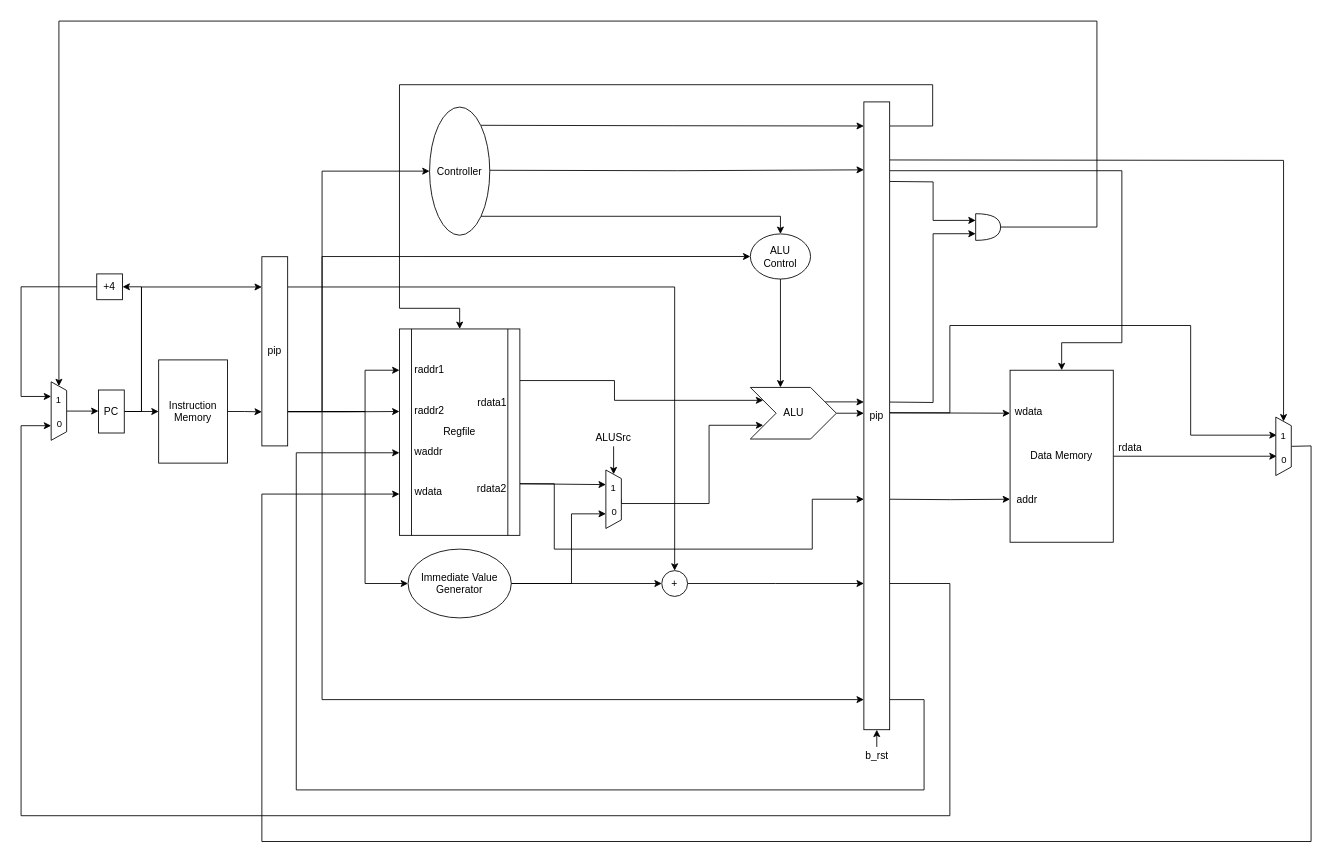
AR1Saleh/comp_arch_lab keeps this draw.io diagram as RISC-V/datapath/datapath.drawio. Above is the earlier version. Source tidied: cells renumbered, new cells numbered last; positions are measured from the earlier drawing's top-left corner, leaving out a move shared by most shapes. Both pictures are drawn from the tidied source at 86%, with x=0, y=0 at pixel (21, 21).
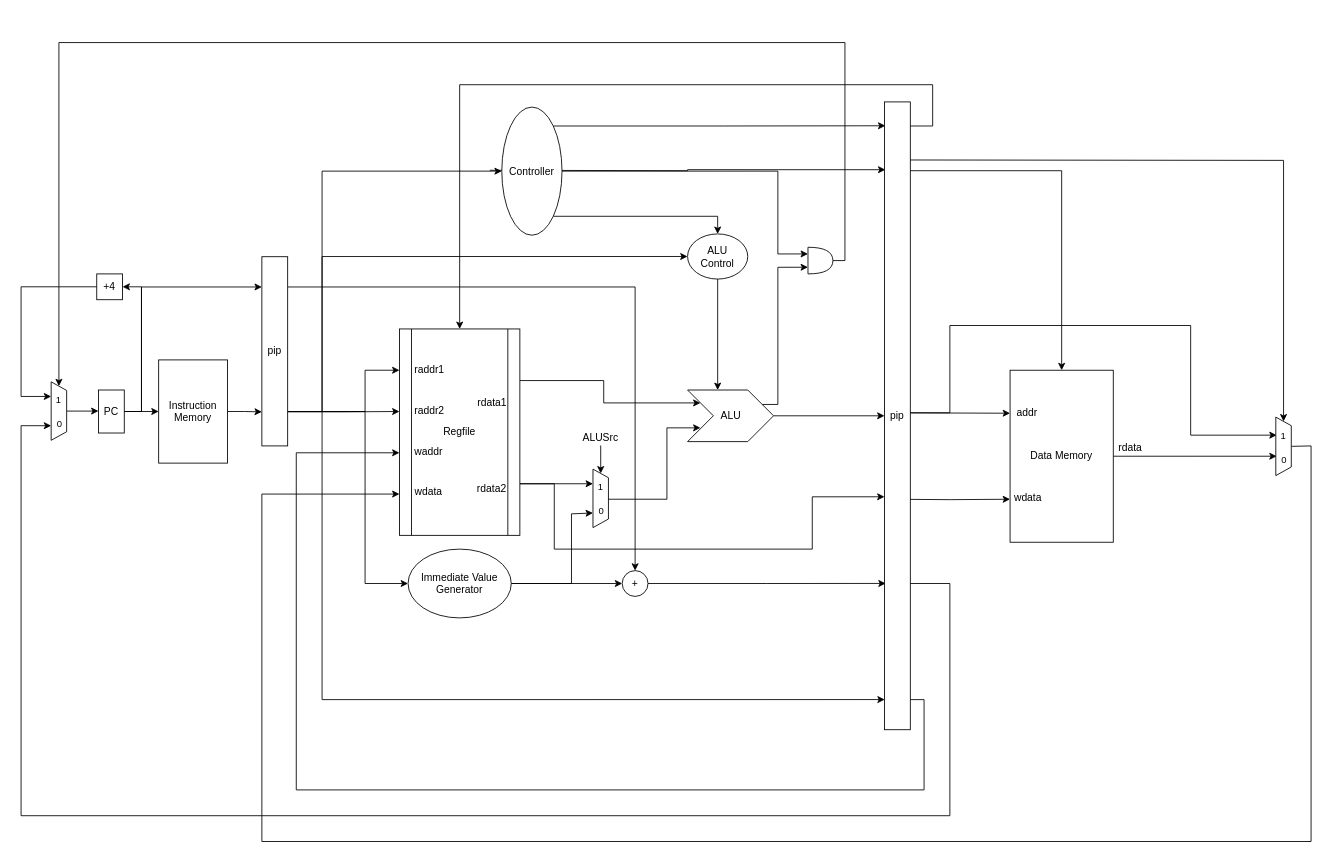
Above is the later version.

Unchanged cells that the change refers to:
```xml
<mxCell id="5" value="Regfile" style="shape=process;whiteSpace=wrap;html=1;backgroundOutline=1;points=[[0,0,0,0,0],[0,0.2,0,0,0],[0,0.4,0,0,0],[0,0.6,0,0,0],[0,0.8,0,0,0],[0,1,0,0,0],[0.25,0,0,0,0],[0.25,1,0,0,0],[0.5,0,0,0,0],[0.5,1,0,0,0],[0.75,0,0,0,0],[0.75,1,0,0,0],[1,0,0,0,0],[1,0.25,0,0,0],[1,0.5,0,0,0],[1,0.75,0,0,0],[1,1,0,0,0]];labelBackgroundColor=none;" parent="1" vertex="1">
  <mxGeometry x="440" y="358" width="140" height="240" as="geometry" />
</mxCell>
<mxCell id="35" value="Data Memory" style="rounded=0;whiteSpace=wrap;html=1;labelBackgroundColor=none;" parent="1" vertex="1">
  <mxGeometry x="1150" y="406" width="120" height="200" as="geometry" />
</mxCell>
<mxCell id="41" style="shape=trapezoid;perimeter=trapezoidPerimeter;whiteSpace=wrap;html=1;fixedSize=1;fontFamily=Helvetica;fontSize=11;labelBackgroundColor=none;size=10;rotation=90;" parent="1" vertex="1">
  <mxGeometry x="10" y="444.5" width="68" height="18" as="geometry" />
</mxCell>
<mxCell id="69" value="pip" style="rounded=0;whiteSpace=wrap;html=1;labelBackgroundColor=none;points=[[0,0,0,0,0],[0,0.16,0,0,0],[0,0.5,0,0,0],[0,0.82,0,0,0],[0,1,0,0,0],[0.25,0,0,0,0],[0.25,1,0,0,0],[0.5,0,0,0,0],[0.5,1,0,0,0],[0.75,0,0,0,0],[0.75,1,0,0,0],[1,0,0,0,0],[1,0.16,0,0,0],[1,0.5,0,0,0],[1,0.82,0,0,0],[1,1,0,0,0]];" parent="1" vertex="1">
  <mxGeometry x="280" y="274" width="30" height="220" as="geometry" />
</mxCell>
```

The edit, as a diff of the source:
```diff
@@
-    <mxCell id="2" style="edgeStyle=orthogonalEdgeStyle;rounded=0;jettySize=auto;html=1;exitX=1;exitY=0.25;exitDx=0;exitDy=0;exitPerimeter=0;entryX=0.15;entryY=0.25;entryDx=0;entryDy=0;labelBackgroundColor=none;fontColor=default;entryPerimeter=0;" parent="1" edge="1" source="5" target="50">
-      <mxGeometry relative="1" as="geometry">
-        <Array as="points">
-          <mxPoint x="690" y="418" />
-          <mxPoint x="690" y="441" />
-        </Array>
-      </mxGeometry>
+    <mxCell id="2" style="rounded=0;jettySize=auto;html=1;exitX=1;exitY=0.25;exitDx=0;exitDy=0;exitPerimeter=0;entryX=0.15;entryY=0.25;entryDx=0;entryDy=0;labelBackgroundColor=none;fontColor=default;entryPerimeter=0;edgeStyle=orthogonalEdgeStyle;" parent="1" edge="1" source="5" target="50">
+      <mxGeometry relative="1" as="geometry" />
     </mxCell>
-    <mxCell id="3" style="edgeStyle=orthogonalEdgeStyle;rounded=0;jettySize=auto;html=1;exitX=1;exitY=0.75;exitDx=0;exitDy=0;exitPerimeter=0;entryX=0.25;entryY=1;entryDx=0;entryDy=0;labelBackgroundColor=none;fontColor=default;" parent="1" edge="1" source="5" target="45">
-      <mxGeometry relative="1" as="geometry">
-        <Array as="points">
-          <mxPoint x="680" y="538" />
-        </Array>
-      </mxGeometry>
+    <mxCell id="3" style="rounded=0;jettySize=auto;html=1;exitX=1;exitY=0.75;exitDx=0;exitDy=0;exitPerimeter=0;entryX=0.25;entryY=1;entryDx=0;entryDy=0;labelBackgroundColor=none;fontColor=default;" parent="1" edge="1" source="5" target="45">
+      <mxGeometry relative="1" as="geometry" />
     </mxCell>
-    <mxCell id="4" style="edgeStyle=orthogonalEdgeStyle;rounded=0;jettySize=auto;html=1;exitX=1;exitY=0.75;exitDx=0;exitDy=0;exitPerimeter=0;entryX=0;entryY=0.5;entryDx=0;entryDy=0;labelBackgroundColor=none;fontColor=default;" parent="1" edge="1" source="5">
+    <mxCell id="4" style="edgeStyle=orthogonalEdgeStyle;rounded=0;jettySize=auto;html=1;exitX=1;exitY=0.75;exitDx=0;exitDy=0;exitPerimeter=0;entryX=0;entryY=0.629;entryDx=0;entryDy=0;labelBackgroundColor=none;fontColor=default;entryPerimeter=0;" parent="1" edge="1" source="5" target="70">
       <mxGeometry relative="1" as="geometry">
-        <mxPoint x="980" y="556" as="targetPoint" />
         <Array as="points">
           <mxPoint x="620" y="538" />
           <mxPoint x="620" y="614" />
           <mxPoint x="920" y="614" />
-          <mxPoint x="920" y="556" />
+          <mxPoint x="920" y="553" />
         </Array>
       </mxGeometry>
     </mxCell>
@@
-    <mxCell id="9" style="edgeStyle=orthogonalEdgeStyle;rounded=0;orthogonalLoop=1;jettySize=auto;html=1;exitX=1;exitY=0.5;exitDx=0;exitDy=0;entryX=0;entryY=0.5;entryDx=0;entryDy=0;fontStyle=1;labelBackgroundColor=none;fontColor=default;" parent="1" edge="1">
+    <mxCell id="9" style="edgeStyle=orthogonalEdgeStyle;rounded=0;jettySize=auto;html=1;exitX=1;exitY=0.5;exitDx=0;exitDy=0;fontStyle=1;labelBackgroundColor=none;fontColor=default;entryX=0.009;entryY=0.952;entryDx=0;entryDy=0;entryPerimeter=0;" parent="1" edge="1" target="70">
       <mxGeometry relative="1" as="geometry">
         <mxPoint x="310" y="454" as="sourcePoint" />
-        <mxPoint x="980" y="789" as="targetPoint" />
         <Array as="points">
           <mxPoint x="350" y="454" />
           <mxPoint x="350" y="789" />
         </Array>
       </mxGeometry>
     </mxCell>
@@
-    <mxCell id="25" style="edgeStyle=orthogonalEdgeStyle;rounded=0;jettySize=auto;html=1;exitX=1;exitY=0.5;exitDx=0;exitDy=0;entryX=0;entryY=0.5;entryDx=0;entryDy=0;exitPerimeter=0;labelBackgroundColor=none;fontColor=default;" parent="1" edge="1" source="50">
-      <mxGeometry relative="1" as="geometry">
-        <mxPoint x="980" y="455.5" as="targetPoint" />
-      </mxGeometry>
+    <mxCell id="25" style="edgeStyle=orthogonalEdgeStyle;rounded=0;jettySize=auto;html=1;exitX=1;exitY=0.5;exitDx=0;exitDy=0;exitPerimeter=0;labelBackgroundColor=none;fontColor=default;entryX=0;entryY=0.5;entryDx=0;entryDy=0;" parent="1" edge="1" source="50" target="70">
+      <mxGeometry relative="1" as="geometry" />
     </mxCell>
@@
-    <mxCell id="31" style="edgeStyle=orthogonalEdgeStyle;rounded=0;jettySize=auto;html=1;exitX=1;exitY=0.5;exitDx=0;exitDy=0;entryX=0;entryY=0.5;entryDx=0;entryDy=0;labelBackgroundColor=none;fontColor=default;" parent="1" edge="1" source="48">
-      <mxGeometry relative="1" as="geometry">
-        <mxPoint x="980" y="654" as="targetPoint" />
-      </mxGeometry>
+    <mxCell id="31" style="edgeStyle=orthogonalEdgeStyle;rounded=0;jettySize=auto;html=1;exitX=1;exitY=0.5;exitDx=0;exitDy=0;entryX=0.047;entryY=0.767;entryDx=0;entryDy=0;labelBackgroundColor=none;fontColor=default;entryPerimeter=0;" parent="1" edge="1" source="48" target="70">
+      <mxGeometry relative="1" as="geometry" />
     </mxCell>
     <mxCell id="32" style="edgeStyle=orthogonalEdgeStyle;rounded=0;jettySize=auto;html=1;exitX=1;exitY=0.16;exitDx=0;exitDy=0;entryX=0.5;entryY=0;entryDx=0;entryDy=0;labelBackgroundColor=none;fontColor=default;exitPerimeter=0;" parent="1" edge="1" source="69" target="48">
       <mxGeometry relative="1" as="geometry">
         <Array as="points">
-          <mxPoint x="760" y="309" />
+          <mxPoint x="714" y="309" />
         </Array>
       </mxGeometry>
     </mxCell>
@@
     <mxCell id="44" style="edgeStyle=orthogonalEdgeStyle;rounded=0;jettySize=auto;html=1;exitX=0.5;exitY=0;exitDx=0;exitDy=0;entryX=0.15;entryY=0;entryDx=0;entryDy=44;entryPerimeter=0;labelBackgroundColor=none;fontColor=default;" parent="1" edge="1" source="45" target="50">
       <mxGeometry relative="1" as="geometry">
         <Array as="points">
-          <mxPoint x="698" y="561" />
-          <mxPoint x="800" y="561" />
-          <mxPoint x="800" y="470" />
+          <mxPoint x="683" y="556" />
+          <mxPoint x="751" y="556" />
+          <mxPoint x="751" y="473" />
         </Array>
       </mxGeometry>
     </mxCell>
     <mxCell id="45" style="shape=trapezoid;perimeter=trapezoidPerimeter;whiteSpace=wrap;html=1;fixedSize=1;fontFamily=Helvetica;fontSize=11;labelBackgroundColor=none;size=10;rotation=90;" parent="1" vertex="1">
-      <mxGeometry x="655" y="547" width="68" height="18" as="geometry" />
+      <mxGeometry x="640" y="546" width="68" height="18" as="geometry" />
     </mxCell>
     <mxCell id="46" value="0" style="text;html=1;align=center;verticalAlign=middle;whiteSpace=wrap;rounded=0;fontFamily=Helvetica;fontSize=11;labelBackgroundColor=none;" parent="1" vertex="1">
-      <mxGeometry x="685" y="561" width="10" height="20" as="geometry" />
+      <mxGeometry x="670" y="560" width="10" height="20" as="geometry" />
     </mxCell>
     <mxCell id="47" value="1" style="text;html=1;align=center;verticalAlign=middle;whiteSpace=wrap;rounded=0;fontFamily=Helvetica;fontSize=11;labelBackgroundColor=none;" parent="1" vertex="1">
-      <mxGeometry x="684" y="533" width="10" height="20" as="geometry" />
+      <mxGeometry x="669" y="532" width="10" height="20" as="geometry" />
     </mxCell>
     <mxCell id="48" value="+" style="ellipse;whiteSpace=wrap;html=1;labelBackgroundColor=none;" parent="1" vertex="1">
-      <mxGeometry x="745" y="639" width="30" height="30" as="geometry" />
+      <mxGeometry x="699" y="639" width="30" height="30" as="geometry" />
     </mxCell>
-    <mxCell id="49" style="edgeStyle=orthogonalEdgeStyle;rounded=0;jettySize=auto;html=1;entryX=0;entryY=0.25;entryDx=0;entryDy=0;exitX=0.17;exitY=0.28;exitDx=70;exitDy=0;exitPerimeter=0;" parent="1" edge="1" source="50">
-      <mxGeometry relative="1" as="geometry">
-        <mxPoint x="980" y="443" as="targetPoint" />
-      </mxGeometry>
-    </mxCell>
     <mxCell id="50" value="ALU" style="html=1;shadow=0;dashed=0;align=center;verticalAlign=middle;shape=mxgraph.arrows2.arrow;dy=0;dx=30;notch=30;points=[[0,0,0,35,0],[0,0,0,35,60],[0,0,0,70,60],[0,0.5,0,30,0],[0.15,0,0,0,44],[0.15,0.25,0,0,0],[0.17,0.28,0,70,0],[1,0.5,0,0,0]];labelBackgroundColor=none;" parent="1" vertex="1">
-      <mxGeometry x="848" y="426" width="100" height="60" as="geometry" />
+      <mxGeometry x="775" y="429" width="100" height="60" as="geometry" />
     </mxCell>
-    <mxCell id="51" style="edgeStyle=orthogonalEdgeStyle;rounded=0;orthogonalLoop=1;jettySize=auto;html=1;exitX=1;exitY=0;exitDx=0;exitDy=0;entryX=0;entryY=0.5;entryDx=0;entryDy=0;labelBackgroundColor=none;fontColor=default;" parent="1" edge="1">
-      <mxGeometry relative="1" as="geometry">
-        <mxPoint x="534.9" y="121.2" as="sourcePoint" />
-        <mxPoint x="980" y="122" as="targetPoint" />
-      </mxGeometry>
+    <mxCell id="51" style="rounded=0;jettySize=auto;html=1;exitX=1;exitY=0;exitDx=0;exitDy=0;entryX=0.033;entryY=0.038;entryDx=0;entryDy=0;labelBackgroundColor=none;fontColor=default;edgeStyle=orthogonalEdgeStyle;entryPerimeter=0;" parent="1" edge="1" source="54" target="70">
+      <mxGeometry relative="1" as="geometry" />
     </mxCell>
-    <mxCell id="52" style="edgeStyle=orthogonalEdgeStyle;rounded=0;orthogonalLoop=1;jettySize=auto;html=1;exitX=1;exitY=0.5;exitDx=0;exitDy=0;entryX=0;entryY=0.5;entryDx=0;entryDy=0;labelBackgroundColor=none;fontColor=default;" parent="1" edge="1">
+    <mxCell id="52" style="edgeStyle=orthogonalEdgeStyle;rounded=0;jettySize=auto;html=1;exitX=1;exitY=0.5;exitDx=0;exitDy=0;entryX=0.033;entryY=0.108;entryDx=0;entryDy=0;labelBackgroundColor=none;fontColor=default;entryPerimeter=0;" parent="1" edge="1" target="70">
       <mxGeometry relative="1" as="geometry">
         <mxPoint x="545" y="173.5" as="sourcePoint" />
-        <mxPoint x="980" y="173" as="targetPoint" />
       </mxGeometry>
     </mxCell>
@@
     <mxCell id="54" value="Controller" style="ellipse;whiteSpace=wrap;html=1;labelBackgroundColor=none;" parent="1" vertex="1">
-      <mxGeometry x="475" y="100" width="70" height="149" as="geometry" />
+      <mxGeometry x="559" y="100" width="70" height="149" as="geometry" />
     </mxCell>
     <mxCell id="55" style="edgeStyle=orthogonalEdgeStyle;rounded=0;jettySize=auto;html=1;exitX=1;exitY=0.5;exitDx=0;exitDy=0;entryX=0.5;entryY=0;entryDx=0;entryDy=0;" parent="1" edge="1" target="35">
       <mxGeometry relative="1" as="geometry">
         <mxPoint x="1010" y="174" as="sourcePoint" />
         <Array as="points">
-          <mxPoint x="1280" y="174" />
-          <mxPoint x="1280" y="374" />
-          <mxPoint x="1210" y="374" />
+          <mxPoint x="1210" y="174" />
         </Array>
       </mxGeometry>
     </mxCell>
@@
     <mxCell id="57" value="ALU&lt;br&gt;Control" style="ellipse;whiteSpace=wrap;html=1;labelBackgroundColor=none;" parent="1" vertex="1">
-      <mxGeometry x="848" y="247.5" width="70" height="52.5" as="geometry" />
+      <mxGeometry x="775" y="247.5" width="70" height="52.5" as="geometry" />
     </mxCell>
@@
     <mxCell id="59" style="edgeStyle=orthogonalEdgeStyle;rounded=0;jettySize=auto;html=1;exitX=1;exitY=0.5;exitDx=0;exitDy=0;entryX=0.5;entryY=0;entryDx=0;entryDy=0;entryPerimeter=0;" parent="1" edge="1" target="5">
       <mxGeometry relative="1" as="geometry">
         <mxPoint x="1010" y="122" as="sourcePoint" />
         <Array as="points">
           <mxPoint x="1060" y="122" />
           <mxPoint x="1060" y="74" />
-          <mxPoint x="440" y="74" />
-          <mxPoint x="440" y="334" />
-          <mxPoint x="510" y="334" />
+          <mxPoint x="510" y="74" />
         </Array>
       </mxGeometry>
     </mxCell>
-    <mxCell id="60" style="edgeStyle=orthogonalEdgeStyle;rounded=0;jettySize=auto;html=1;exitX=0.5;exitY=1;exitDx=0;exitDy=0;entryX=0;entryY=0.5;entryDx=0;entryDy=0;" parent="1" edge="1" source="61" target="45">
-      <mxGeometry relative="1" as="geometry" />
+    <mxCell id="60" style="edgeStyle=orthogonalEdgeStyle;rounded=0;jettySize=auto;html=1;exitX=0.5;exitY=1;exitDx=0;exitDy=0;entryX=0;entryY=0.5;entryDx=0;entryDy=0;" parent="1" edge="1" target="45">
+      <mxGeometry relative="1" as="geometry">
+        <mxPoint x="674" y="493.5" as="sourcePoint" />
+      </mxGeometry>
     </mxCell>
     <mxCell id="61" value="ALUSrc" style="text;html=1;align=center;verticalAlign=middle;whiteSpace=wrap;rounded=0;labelBackgroundColor=none;" parent="1" vertex="1">
-      <mxGeometry x="659" y="474.5" width="60" height="20" as="geometry" />
+      <mxGeometry x="644" y="474.5" width="60" height="20" as="geometry" />
     </mxCell>
-    <mxCell id="62" value="wdata" style="text;html=1;align=center;verticalAlign=middle;whiteSpace=wrap;rounded=0;labelBackgroundColor=none;" parent="1" vertex="1">
-      <mxGeometry x="1152" y="444.5" width="40" height="20" as="geometry" />
-    </mxCell>
@@
     <mxCell id="64" value="addr" style="text;html=1;align=center;verticalAlign=middle;whiteSpace=wrap;rounded=0;labelBackgroundColor=none;" parent="1" vertex="1">
-      <mxGeometry x="1150" y="547" width="40" height="20" as="geometry" />
+      <mxGeometry x="1150" y="446" width="40" height="20" as="geometry" />
     </mxCell>
     <mxCell id="65" style="edgeStyle=orthogonalEdgeStyle;rounded=0;jettySize=auto;html=1;exitX=1;exitY=0.5;exitDx=0;exitDy=0;exitPerimeter=0;entryX=0;entryY=0.5;entryDx=0;entryDy=0;" parent="1" edge="1" source="66" target="41">
       <mxGeometry relative="1" as="geometry">
         <Array as="points">
-          <mxPoint x="1251" y="240" />
-          <mxPoint x="1251" />
-          <mxPoint x="44" />
+          <mxPoint x="958" y="279" />
+          <mxPoint x="958" y="25" />
+          <mxPoint x="44" y="25" />
         </Array>
       </mxGeometry>
     </mxCell>
     <mxCell id="66" style="shape=or;whiteSpace=wrap;html=1;direction=east;" parent="1" vertex="1">
-      <mxGeometry x="1110" y="224" width="29" height="31" as="geometry" />
+      <mxGeometry x="915" y="263" width="29" height="31" as="geometry" />
     </mxCell>
-    <mxCell id="67" style="edgeStyle=orthogonalEdgeStyle;rounded=0;jettySize=auto;html=1;exitX=1;exitY=0.25;exitDx=0;exitDy=0;entryX=0;entryY=0.75;entryDx=0;entryDy=0;entryPerimeter=0;" parent="1" edge="1" target="66">
-      <mxGeometry relative="1" as="geometry">
-        <mxPoint x="1010" y="443" as="sourcePoint" />
-      </mxGeometry>
-    </mxCell>
-    <mxCell id="68" style="edgeStyle=orthogonalEdgeStyle;rounded=0;jettySize=auto;html=1;exitX=1;exitY=0.75;exitDx=0;exitDy=0;entryX=0;entryY=0.25;entryDx=0;entryDy=0;entryPerimeter=0;" parent="1" edge="1" target="66">
-      <mxGeometry relative="1" as="geometry">
-        <mxPoint x="1010" y="186.5" as="sourcePoint" />
-      </mxGeometry>
-    </mxCell>
@@
     <mxCell id="70" value="pip" style="rounded=0;whiteSpace=wrap;html=1;labelBackgroundColor=none;" parent="1" vertex="1">
-      <mxGeometry x="980" y="94" width="30" height="730" as="geometry" />
+      <mxGeometry x="1004" y="94" width="30" height="730" as="geometry" />
     </mxCell>
-    <mxCell id="71" style="edgeStyle=orthogonalEdgeStyle;rounded=0;jettySize=auto;html=1;exitX=0.5;exitY=0;exitDx=0;exitDy=0;entryX=0.5;entryY=1;entryDx=0;entryDy=0;" parent="1" edge="1" source="72" target="70">
-      <mxGeometry relative="1" as="geometry" />
-    </mxCell>
-    <mxCell id="72" value="b_rst" style="text;html=1;align=center;verticalAlign=middle;whiteSpace=wrap;rounded=0;labelBackgroundColor=none;" parent="1" vertex="1">
-      <mxGeometry x="987.5" y="844" width="15" height="20" as="geometry" />
-    </mxCell>
@@
+    <mxCell id="76" style="edgeStyle=orthogonalEdgeStyle;rounded=0;jettySize=auto;html=1;exitX=0.17;exitY=0.28;exitDx=70;exitDy=0;exitPerimeter=0;entryX=0;entryY=0.75;entryDx=0;entryDy=0;entryPerimeter=0;" parent="1" edge="1" source="50" target="66">
+      <mxGeometry relative="1" as="geometry">
+        <Array as="points">
+          <mxPoint x="880" y="446" />
+          <mxPoint x="880" y="286" />
+        </Array>
+      </mxGeometry>
+    </mxCell>
+    <mxCell id="77" style="edgeStyle=orthogonalEdgeStyle;rounded=0;jettySize=auto;html=1;exitX=1;exitY=0.5;exitDx=0;exitDy=0;entryX=0;entryY=0.25;entryDx=0;entryDy=0;entryPerimeter=0;" parent="1" edge="1" source="54" target="66">
+      <mxGeometry relative="1" as="geometry">
+        <Array as="points">
+          <mxPoint x="880" y="175" />
+          <mxPoint x="880" y="271" />
+        </Array>
+      </mxGeometry>
+    </mxCell>
+    <mxCell id="62" value="wdata" style="text;html=1;align=center;verticalAlign=middle;whiteSpace=wrap;rounded=0;labelBackgroundColor=none;" parent="1" vertex="1">
+      <mxGeometry x="1151" y="544.5" width="40" height="20" as="geometry" />
+    </mxCell>
```
